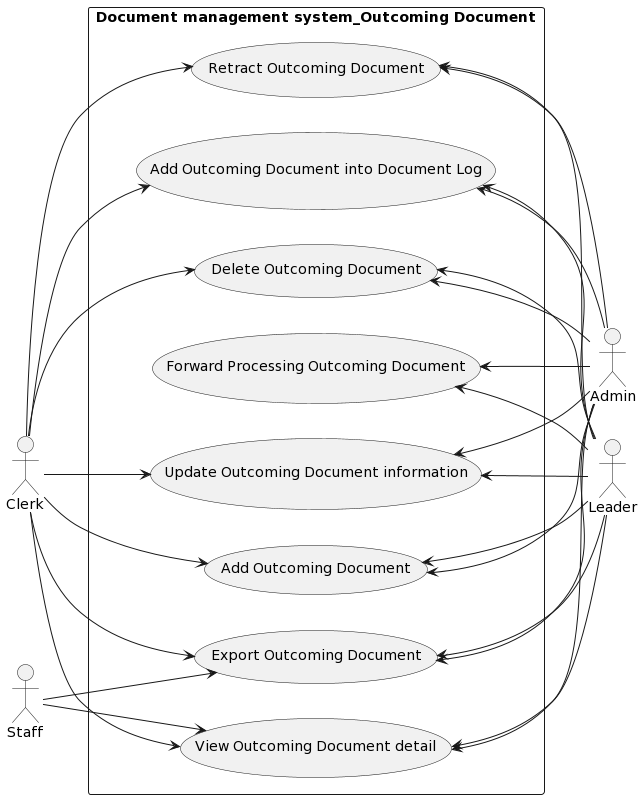
khoapham1003/SE357-Pratice-class keeps this PlantUML diagram as Lab1/Lab1.2/UseCaseDiagram/Outcoming Document UseCase/Outcoming Document UseCase.png. Above is the earlier version. The source it was exported from:
```plantuml
@startuml
left to right direction
skinparam packageStyle rectangle
actor Clerk as Clerk
actor Admin as Admin
actor Staff as Staff
actor Leader as Leader

rectangle "Document management system_Outcoming Document" {

Admin -up-> (Forward Processing Outcoming Document)
Admin -up-> (Add Outcoming Document)
Admin -up-> (Update Outcoming Document information)
Admin -up-> (Delete Outcoming Document)
Admin -up-> (View Outcoming Document detail)
Admin -up-> (Export Outcoming Document)
Admin -up-> (Add Outcoming Document into Document Log)
Admin -up-> (Retract Outcoming Document)

Leader -up-> (Forward Processing Outcoming Document)
Leader -up-> (Add Outcoming Document)
Leader -up-> (Update Outcoming Document information)
Leader -up-> (Delete Outcoming Document)
Leader -up-> (View Outcoming Document detail)
Leader -up-> (Export Outcoming Document)
Leader -up-> (Add Outcoming Document into Document Log)
Leader -up-> (Retract Outcoming Document)

Clerk --> (Add Outcoming Document)
Clerk --> (Update Outcoming Document information)
Clerk --> (Delete Outcoming Document)
Clerk --> (View Outcoming Document detail)
Clerk --> (Export Outcoming Document)
Clerk --> (Add Outcoming Document into Document Log)
Clerk --> (Retract Outcoming Document)

Staff --> (View Outcoming Document detail)
Staff --> (Export Outcoming Document)
}
@enduml
```
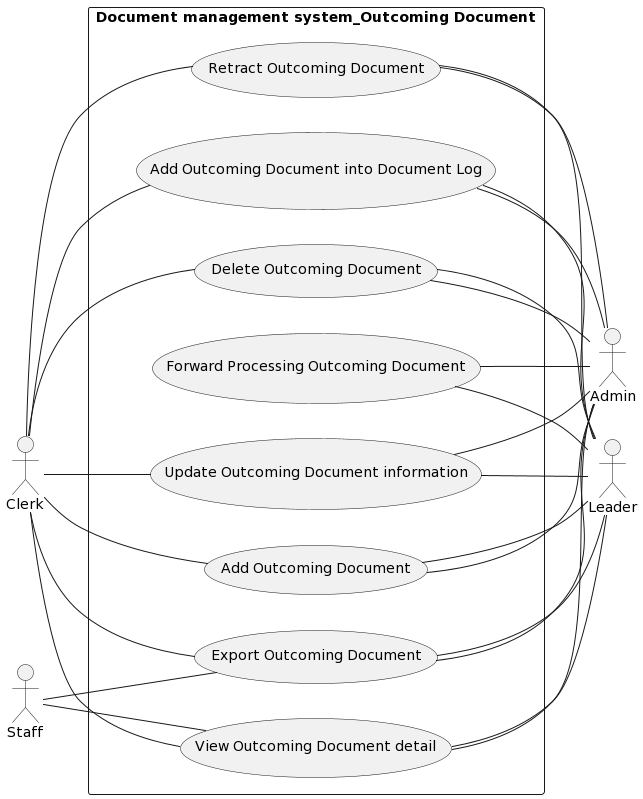
Above is the later version.

Change to the diagram source:
```diff
@@ -8,33 +8,33 @@
 
 rectangle "Document management system_Outcoming Document" {
 
-Admin -up-> (Forward Processing Outcoming Document)
-Admin -up-> (Add Outcoming Document)
-Admin -up-> (Update Outcoming Document information)
-Admin -up-> (Delete Outcoming Document)
-Admin -up-> (View Outcoming Document detail)
-Admin -up-> (Export Outcoming Document)
-Admin -up-> (Add Outcoming Document into Document Log)
-Admin -up-> (Retract Outcoming Document)
+Admin -up- (Forward Processing Outcoming Document)
+Admin -up- (Add Outcoming Document)
+Admin -up- (Update Outcoming Document information)
+Admin -up- (Delete Outcoming Document)
+Admin -up- (View Outcoming Document detail)
+Admin -up- (Export Outcoming Document)
+Admin -up- (Add Outcoming Document into Document Log)
+Admin -up- (Retract Outcoming Document)
 
-Leader -up-> (Forward Processing Outcoming Document)
-Leader -up-> (Add Outcoming Document)
-Leader -up-> (Update Outcoming Document information)
-Leader -up-> (Delete Outcoming Document)
-Leader -up-> (View Outcoming Document detail)
-Leader -up-> (Export Outcoming Document)
-Leader -up-> (Add Outcoming Document into Document Log)
-Leader -up-> (Retract Outcoming Document)
+Leader -up- (Forward Processing Outcoming Document)
+Leader -up- (Add Outcoming Document)
+Leader -up- (Update Outcoming Document information)
+Leader -up- (Delete Outcoming Document)
+Leader -up- (View Outcoming Document detail)
+Leader -up- (Export Outcoming Document)
+Leader -up- (Add Outcoming Document into Document Log)
+Leader -up- (Retract Outcoming Document)
 
-Clerk --> (Add Outcoming Document)
-Clerk --> (Update Outcoming Document information)
-Clerk --> (Delete Outcoming Document)
-Clerk --> (View Outcoming Document detail)
-Clerk --> (Export Outcoming Document)
-Clerk --> (Add Outcoming Document into Document Log)
-Clerk --> (Retract Outcoming Document)
+Clerk -- (Add Outcoming Document)
+Clerk -- (Update Outcoming Document information)
+Clerk -- (Delete Outcoming Document)
+Clerk -- (View Outcoming Document detail)
+Clerk -- (Export Outcoming Document)
+Clerk -- (Add Outcoming Document into Document Log)
+Clerk -- (Retract Outcoming Document)
 
-Staff --> (View Outcoming Document detail)
-Staff --> (Export Outcoming Document)
+Staff -- (View Outcoming Document detail)
+Staff -- (Export Outcoming Document)
 }
 @enduml
```
